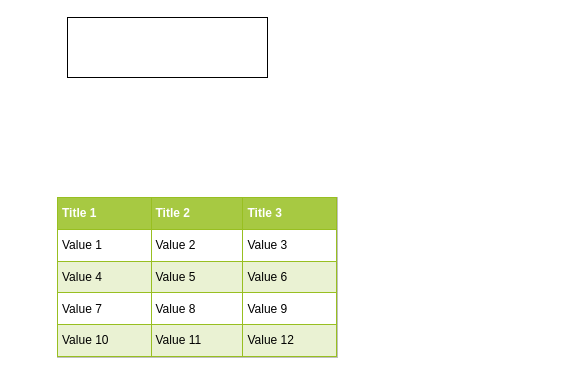
This is src/main/未命名表单.drawio from malinghan/interview, a draw.io file, before an edit. Source tidied: cells renumbered, new cells numbered last; positions are measured from the earlier drawing's top-left corner, leaving out a move shared by most shapes. Both pictures are drawn from the tidied source at 100%, with x=0, y=0 at pixel (57, 17).
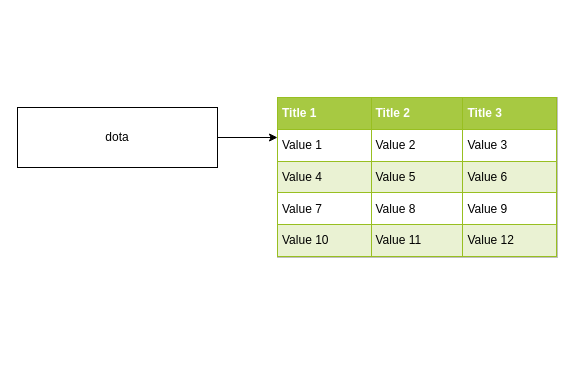
Above is the later version.

Commit message:
Update 未命名表单.drawio

What changed in the source:
```diff
@@
 <mxGraphModel>
   <root>
     <mxCell id="0" />
     <mxCell id="1" parent="0" />
+    <mxCell id="4" style="edgeStyle=orthogonalEdgeStyle;rounded=0;jettySize=auto;html=1;exitX=1;exitY=0.5;exitDx=0;exitDy=0;entryX=0;entryY=0.25;entryDx=0;entryDy=0;" parent="1" edge="1" source="2" target="3">
+      <mxGeometry relative="1" as="geometry" />
+    </mxCell>
-    <mxCell id="2" style="rounded=0;whiteSpace=wrap;html=1;" parent="1" vertex="1">
-      <mxGeometry x="10" width="200" height="60" as="geometry" />
+    <mxCell id="2" value="dota" style="rounded=0;whiteSpace=wrap;html=1;" parent="1" vertex="1">
+      <mxGeometry x="-40" y="90" width="200" height="60" as="geometry" />
     </mxCell>
     <mxCell id="3" value="&lt;table border=&quot;1&quot; width=&quot;100%&quot; height=&quot;100%&quot; cellpadding=&quot;4&quot; style=&quot;width:100%;height:100%;border-collapse:collapse;&quot;&gt;&lt;tr style=&quot;background-color:#A7C942;color:#ffffff;border:1px solid #98bf21;&quot;&gt;&lt;th align=&quot;left&quot;&gt;Title 1&lt;/th&gt;&lt;th align=&quot;left&quot;&gt;Title 2&lt;/th&gt;&lt;th align=&quot;left&quot;&gt;Title 3&lt;/th&gt;&lt;/tr&gt;&lt;tr style=&quot;border:1px solid #98bf21;&quot;&gt;&lt;td&gt;Value 1&lt;/td&gt;&lt;td&gt;Value 2&lt;/td&gt;&lt;td&gt;Value 3&lt;/td&gt;&lt;/tr&gt;&lt;tr style=&quot;background-color:#EAF2D3;border:1px solid #98bf21;&quot;&gt;&lt;td&gt;Value 4&lt;/td&gt;&lt;td&gt;Value 5&lt;/td&gt;&lt;td&gt;Value 6&lt;/td&gt;&lt;/tr&gt;&lt;tr style=&quot;border:1px solid #98bf21;&quot;&gt;&lt;td&gt;Value 7&lt;/td&gt;&lt;td&gt;Value 8&lt;/td&gt;&lt;td&gt;Value 9&lt;/td&gt;&lt;/tr&gt;&lt;tr style=&quot;background-color:#EAF2D3;border:1px solid #98bf21;&quot;&gt;&lt;td&gt;Value 10&lt;/td&gt;&lt;td&gt;Value 11&lt;/td&gt;&lt;td&gt;Value 12&lt;/td&gt;&lt;/tr&gt;&lt;/table&gt;" style="text;html=1;strokeColor=#c0c0c0;fillColor=#ffffff;overflow=fill;rounded=0;" parent="1" vertex="1">
-      <mxGeometry y="180" width="280" height="160" as="geometry" />
+      <mxGeometry x="220" y="80" width="280" height="160" as="geometry" />
     </mxCell>
   </root>
 </mxGraphModel>
```
